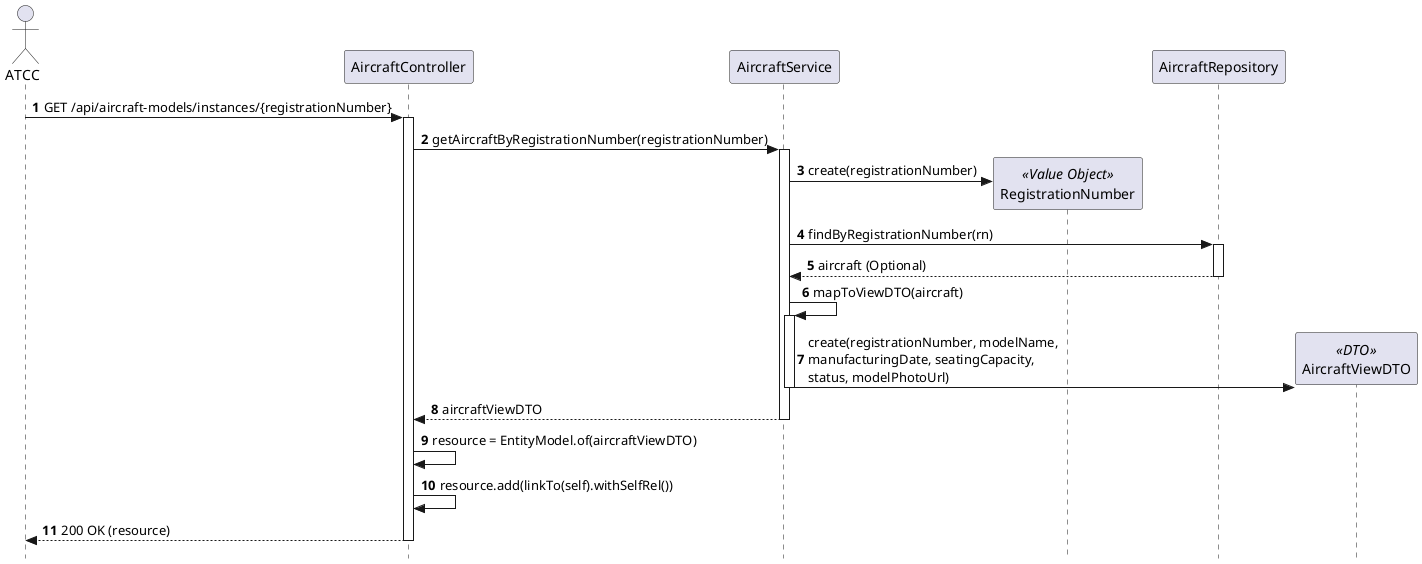
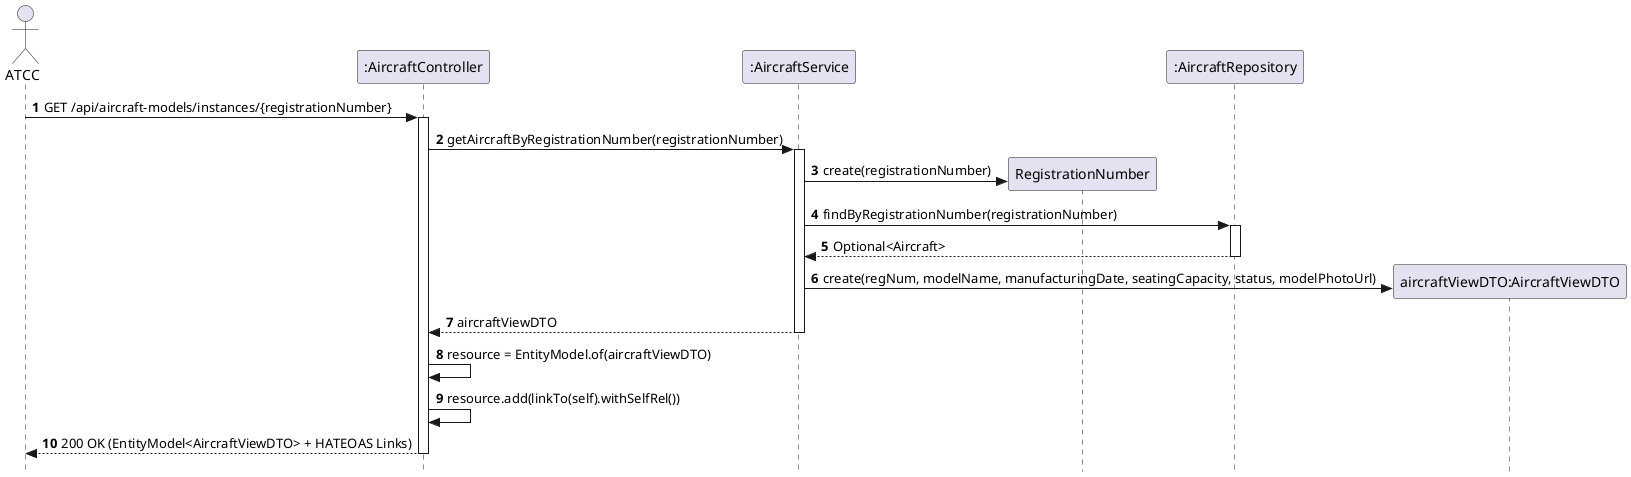
@startuml
skinparam style strictuml
autonumber

actor "ATCC" as ATCC
- participant "AircraftController" as CTRL
- participant "AircraftService" as SVC
- participant "RegistrationNumber" as RN <<Value Object>>
- participant "AircraftRepository" as AREPO
- participant "AircraftViewDTO" as DTO <<DTO>>
+ participant ":AircraftController" as Controller
+ participant ":AircraftService" as Service
+ participant "RegistrationNumber" as RN
+ participant ":AircraftRepository" as Repo
+ participant "aircraftViewDTO:AircraftViewDTO" as DTO

- ATCC -> CTRL : GET /api/aircraft-models/instances/{registrationNumber}
- activate CTRL
+ ATCC -> Controller : GET /api/aircraft-models/instances/{registrationNumber}
+ activate Controller

- CTRL -> SVC : getAircraftByRegistrationNumber(registrationNumber)
- activate SVC
+ Controller -> Service : getAircraftByRegistrationNumber(registrationNumber)
+ activate Service

- ' 1. Criar Value Object para pesquisar
- SVC -> RN ** : create(registrationNumber)
+ Service -> RN ** : create(registrationNumber)

- ' 2. Pesquisar na BD
- SVC -> AREPO : findByRegistrationNumber(rn)
- activate AREPO
- AREPO --> SVC : aircraft (Optional)
- deactivate AREPO
+ Service -> Repo : findByRegistrationNumber(registrationNumber)
+ activate Repo
+ Repo --> Service : Optional<Aircraft>
+ deactivate Repo

- ' 3. Converter para DTO usando o novo método privado
- SVC -> SVC : mapToViewDTO(aircraft)
- activate SVC
- SVC -> DTO ** : create(registrationNumber, modelName, \nmanufacturingDate, seatingCapacity, \nstatus, modelPhotoUrl)
- deactivate SVC
+ Service -> DTO ** : create(regNum, modelName, manufacturingDate, seatingCapacity, status, modelPhotoUrl)

- SVC --> CTRL : aircraftViewDTO
- deactivate SVC
+ Service --> Controller : aircraftViewDTO
+ deactivate Service

- ' 4. Adicionar HATEOAS e devolver
- CTRL -> CTRL : resource = EntityModel.of(aircraftViewDTO)
- CTRL -> CTRL : resource.add(linkTo(self).withSelfRel())
+ Controller -> Controller : resource = EntityModel.of(aircraftViewDTO)
+ Controller -> Controller : resource.add(linkTo(self).withSelfRel())

- CTRL --> ATCC : 200 OK (resource)
- deactivate CTRL
+ Controller --> ATCC : 200 OK (EntityModel<AircraftViewDTO> + HATEOAS Links)
+ deactivate Controller

@enduml